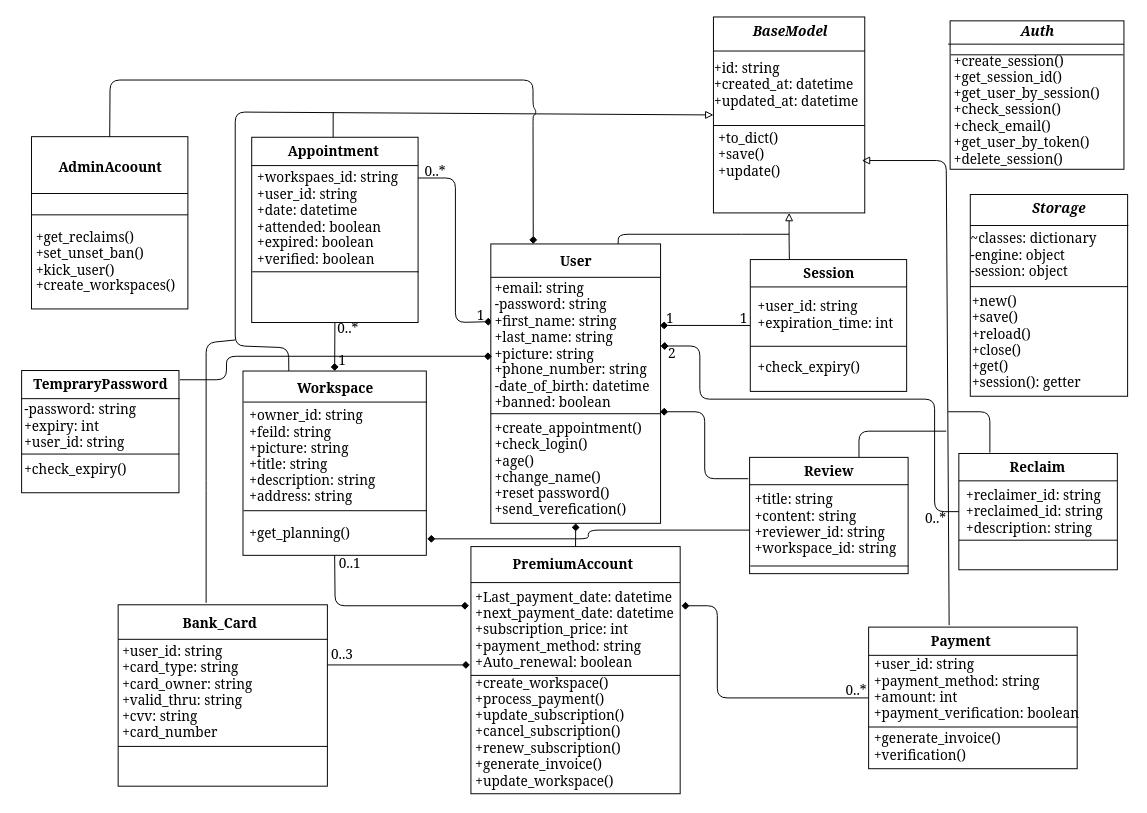
The draw.io diagram UML/Class_diagram/Dio/Class_diagram_v1.dio in Kolapo-code/Booker, before the edit. Source tidied: cells renumbered, new cells numbered last; positions are measured from the earlier drawing's top-left corner, leaving out a move shared by most shapes. Both pictures are drawn from the tidied source at 97%, with x=0, y=0 at pixel (16, 16).
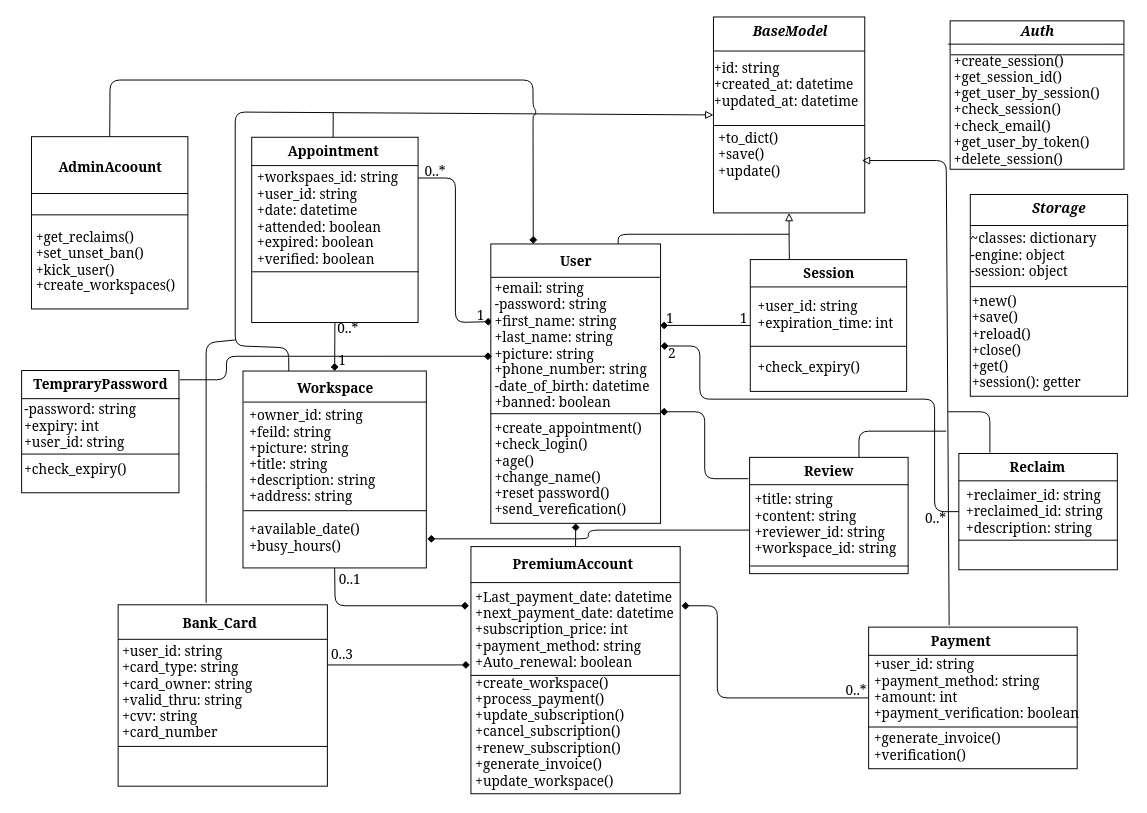
Above is the later version.

Commit message:
sync the class diagram  with the workspace class

Diff of the diagram source:
```diff
@@
     <mxCell id="22" style="rounded=0;whiteSpace=wrap;html=1;fillColor=#ffffff;strokeColor=#000000;" parent="1" vertex="1">
-      <mxGeometry x="233" y="365" width="189" height="190" as="geometry" />
+      <mxGeometry x="233" y="365" width="189" height="203" as="geometry" />
     </mxCell>
@@
-    <mxCell id="27" value="&lt;div style=&quot;font-size: 14px;&quot;&gt;+get_planning()&lt;/div&gt;" style="text;html=1;align=left;verticalAlign=middle;strokeColor=none;fillColor=none;fontColor=#000000;fontFamily=Georgia;" parent="1" vertex="1">
-      <mxGeometry x="237.8" y="518" width="120" height="29" as="geometry" />
+    <mxCell id="27" value="&lt;div style=&quot;font-size: 14px;&quot;&gt;+available_date()&lt;br&gt;+busy_hours()&lt;/div&gt;" style="text;html=1;align=left;verticalAlign=middle;strokeColor=none;fillColor=none;fontColor=#000000;fontFamily=Georgia;" parent="1" vertex="1">
+      <mxGeometry x="237.8" y="514" width="128" height="46" as="geometry" />
     </mxCell>
@@
     <mxCell id="57" value="0..1" style="text;html=1;align=center;verticalAlign=middle;strokeColor=none;fillColor=none;fontSize=14;fontFamily=Georgia;fontColor=#000000;" parent="1" vertex="1">
-      <mxGeometry x="323" y="549" width="40" height="29" as="geometry" />
+      <mxGeometry x="323" y="565" width="40" height="29" as="geometry" />
     </mxCell>
```
